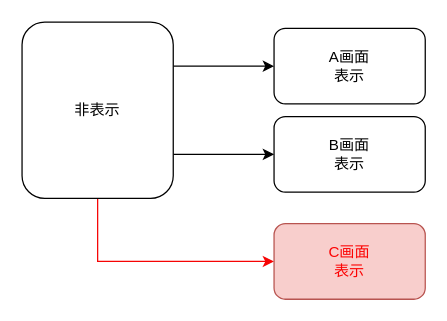
The draw.io diagram Drawio/test2.drawio in shingo-fukamatsu/AsciiDoc_plantUML, before the edit. Source tidied: cells renumbered, new cells numbered last; positions are measured from the earlier drawing's top-left corner, leaving out a move shared by most shapes. Both pictures are drawn from the tidied source at 126%, with x=0, y=0 at pixel (21, 21).
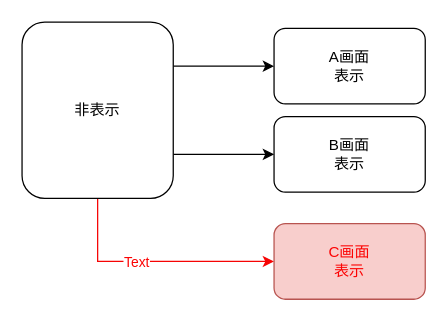
The same page after the edit.

Commit message:
線にコメント追加

Change to the diagram source:
```diff
@@
 <mxGraphModel>
   <root>
     <mxCell id="0" />
     <mxCell id="1" parent="0" />
     <mxCell id="2" style="edgeStyle=orthogonalEdgeStyle;rounded=0;jettySize=auto;html=1;exitX=1;exitY=0.25;exitDx=0;exitDy=0;entryX=0;entryY=0.5;entryDx=0;entryDy=0;" parent="1" edge="1" source="5" target="6">
       <mxGeometry relative="1" as="geometry" />
     </mxCell>
     <mxCell id="3" style="edgeStyle=orthogonalEdgeStyle;rounded=0;jettySize=auto;html=1;exitX=1;exitY=0.75;exitDx=0;exitDy=0;entryX=0;entryY=0.5;entryDx=0;entryDy=0;" parent="1" edge="1" source="5" target="7">
       <mxGeometry relative="1" as="geometry" />
     </mxCell>
     <mxCell id="4" style="edgeStyle=orthogonalEdgeStyle;rounded=0;jettySize=auto;html=1;exitX=0.5;exitY=1;exitDx=0;exitDy=0;entryX=0;entryY=0.5;entryDx=0;entryDy=0;strokeColor=#f60404;" parent="1" edge="1" source="5" target="8">
       <mxGeometry relative="1" as="geometry" />
     </mxCell>
+    <mxCell id="9" value="Text" style="edgeLabel;html=1;align=center;verticalAlign=middle;fontColor=#fc0303;" parent="4" vertex="1">
+      <mxGeometry x="-0.16" relative="1" as="geometry" />
+    </mxCell>
     <mxCell id="5" value="非表示" style="rounded=1;whiteSpace=wrap;html=1;" parent="1" vertex="1">
       <mxGeometry width="120" height="140" as="geometry" />
     </mxCell>
     <mxCell id="6" value="&lt;div&gt;A画面&lt;/div&gt;表示" style="rounded=1;whiteSpace=wrap;html=1;" parent="1" vertex="1">
       <mxGeometry x="200" y="5" width="120" height="60" as="geometry" />
     </mxCell>
     <mxCell id="7" value="&lt;div&gt;B画面&lt;/div&gt;表示" style="rounded=1;whiteSpace=wrap;html=1;" parent="1" vertex="1">
       <mxGeometry x="200" y="75" width="120" height="60" as="geometry" />
     </mxCell>
     <mxCell id="8" value="&lt;div&gt;&lt;font color=&quot;#fc0303&quot;&gt;C画面&lt;/font&gt;&lt;/div&gt;&lt;font color=&quot;#fc0303&quot;&gt;表示&lt;/font&gt;" style="rounded=1;whiteSpace=wrap;html=1;fillColor=#f8cecc;strokeColor=#b85450;" parent="1" vertex="1">
       <mxGeometry x="200" y="160" width="120" height="60" as="geometry" />
     </mxCell>
   </root>
 </mxGraphModel>
```
